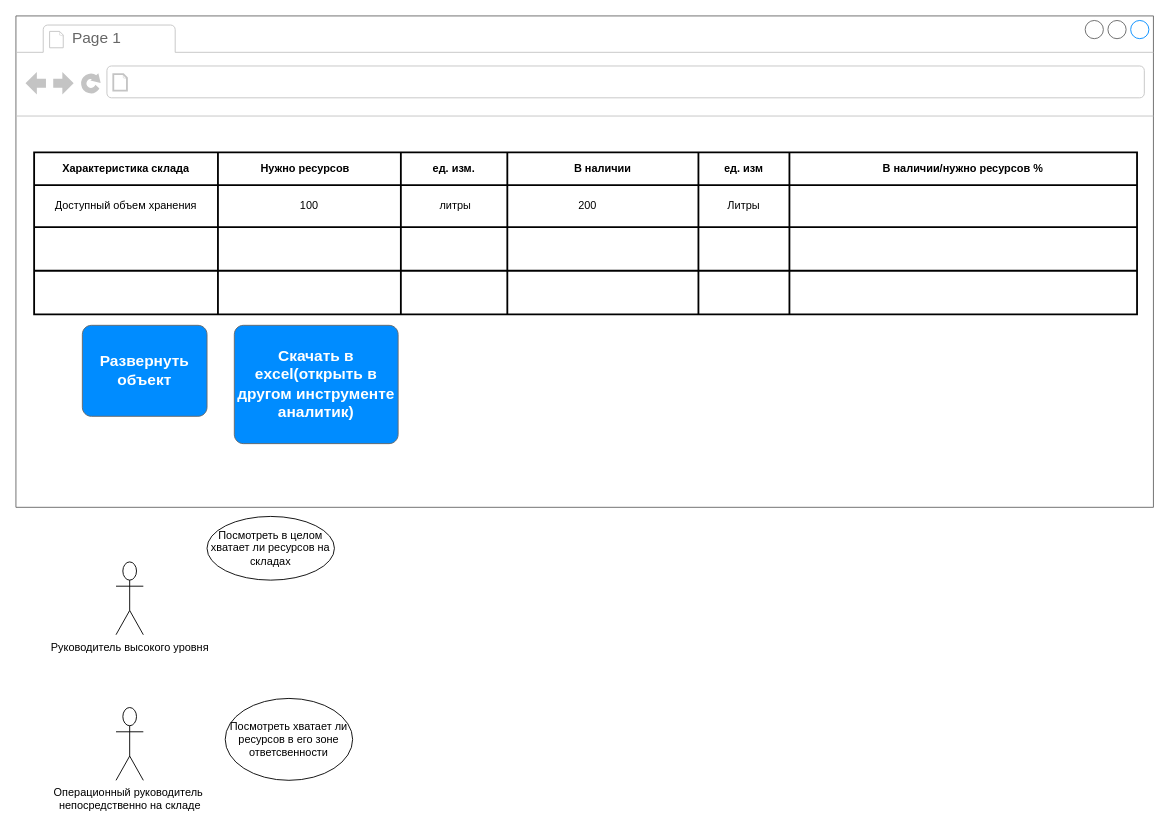
Earlier version of the draw.io diagram Диаграмма без названия.drawio (AntonKoltsov85/AntonKoltsov85). Source tidied: cells renumbered, new cells numbered last; positions are measured from the earlier drawing's top-left corner, leaving out a move shared by most shapes. Both pictures are drawn from the tidied source at 91%, with x=0, y=0 at pixel (15, 15).
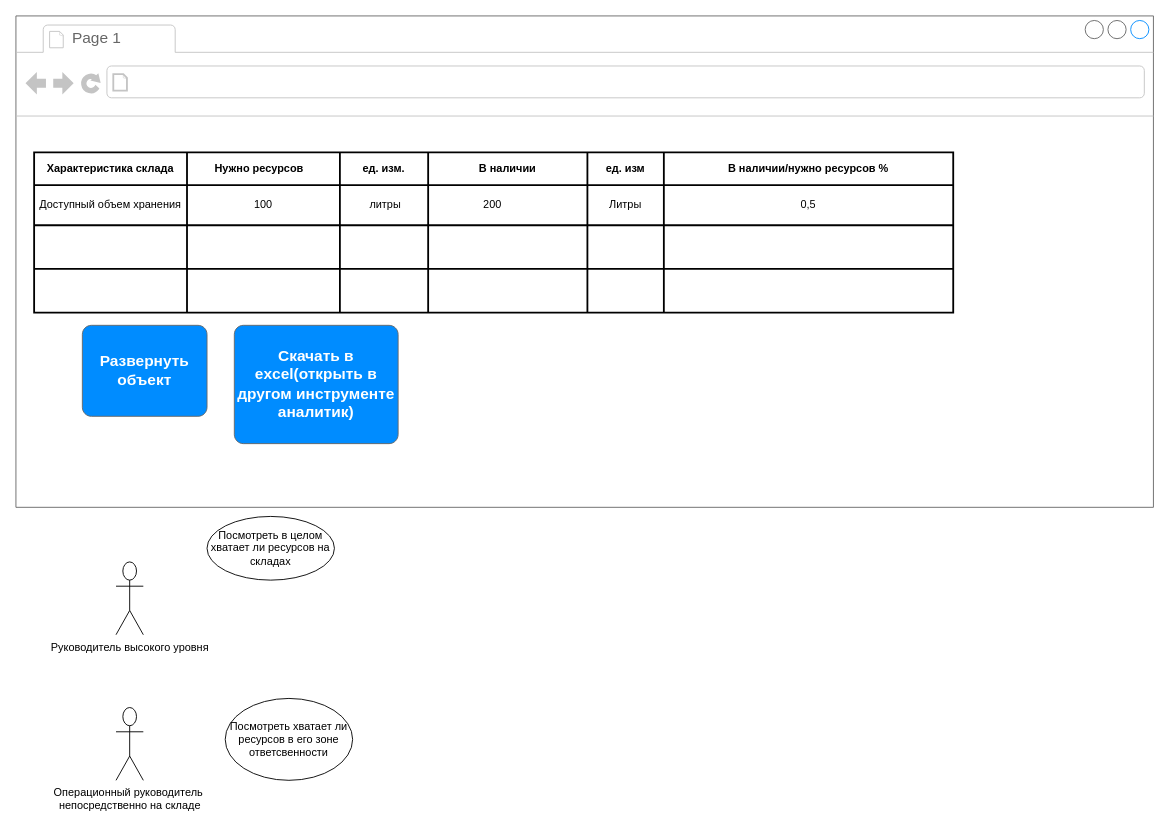
The same page after the edit.

Unchanged cells that the change refers to:
```xml
<mxCell id="2" style="strokeWidth=1;shadow=0;dashed=0;align=center;html=1;shape=mxgraph.mockup.containers.browserWindow;rSize=0;strokeColor=#666666;strokeColor2=#008cff;strokeColor3=#c4c4c4;mainText=,;" parent="1" vertex="1">
  <mxGeometry width="1250" height="540" as="geometry" />
</mxCell>
```

The edit, as a diff of the source:
```diff
@@
     <mxCell id="5" style="shape=table;html=1;whiteSpace=wrap;startSize=0;childLayout=tableLayout;strokeWidth=2;" parent="2" vertex="1">
-      <mxGeometry x="20" y="150" width="1212" height="178" as="geometry" />
+      <mxGeometry x="20" y="150" width="1010" height="176" as="geometry" />
     </mxCell>
     <mxCell id="6" style="shape=tableRow;horizontal=0;startSize=0;swimlaneHead=0;swimlaneBody=0;top=0;left=0;bottom=0;right=0;fillColor=none;" parent="5" vertex="1">
-      <mxGeometry width="1212" height="36" as="geometry" />
+      <mxGeometry width="1010" height="36" as="geometry" />
     </mxCell>
     <mxCell id="7" value="Характеристика склада" style="shape=partialRectangle;html=1;whiteSpace=wrap;fillColor=none;top=0;left=0;bottom=0;right=0;overflow=hidden;fontStyle=1;" parent="6" vertex="1">
-      <mxGeometry width="202" height="36" as="geometry" />
+      <mxGeometry width="168" height="36" as="geometry" />
     </mxCell>
     <mxCell id="8" value="Нужно ресурсов&lt;span style=&quot;white-space: pre;&quot;&gt;&#9;&lt;/span&gt;" style="shape=partialRectangle;html=1;whiteSpace=wrap;fillColor=none;top=0;left=0;bottom=0;right=0;overflow=hidden;fontStyle=1;" parent="6" vertex="1">
-      <mxGeometry x="202" width="201" height="36" as="geometry" />
+      <mxGeometry x="168" width="168" height="36" as="geometry" />
     </mxCell>
     <mxCell id="9" value="ед. изм." style="shape=partialRectangle;html=1;whiteSpace=wrap;fillColor=none;top=0;left=0;bottom=0;right=0;overflow=hidden;fontStyle=1;" parent="6" vertex="1">
-      <mxGeometry x="403" width="117" height="36" as="geometry" />
+      <mxGeometry x="336" width="97" height="36" as="geometry" />
     </mxCell>
     <mxCell id="10" value="В наличии" style="shape=partialRectangle;html=1;whiteSpace=wrap;fillColor=none;top=0;left=0;bottom=0;right=0;overflow=hidden;fontStyle=1;" parent="6" vertex="1">
-      <mxGeometry x="520" width="210" height="36" as="geometry" />
+      <mxGeometry x="433" width="175" height="36" as="geometry" />
     </mxCell>
     <mxCell id="11" value="ед. изм" style="shape=partialRectangle;html=1;whiteSpace=wrap;fillColor=none;top=0;left=0;bottom=0;right=0;overflow=hidden;fontStyle=1;" parent="6" vertex="1">
-      <mxGeometry x="730" width="100" height="36" as="geometry" />
+      <mxGeometry x="608" width="84" height="36" as="geometry" />
     </mxCell>
     <mxCell id="12" value="В наличии/нужно ресурсов %" style="shape=partialRectangle;html=1;whiteSpace=wrap;fillColor=none;top=0;left=0;bottom=0;right=0;overflow=hidden;fontStyle=1;" parent="6" vertex="1">
-      <mxGeometry x="830" width="382" height="36" as="geometry" />
+      <mxGeometry x="692" width="318" height="36" as="geometry" />
     </mxCell>
     <mxCell id="13" style="shape=tableRow;horizontal=0;startSize=0;swimlaneHead=0;swimlaneBody=0;top=0;left=0;bottom=0;right=0;fillColor=none;" parent="5" vertex="1">
-      <mxGeometry y="36" width="1212" height="46" as="geometry" />
+      <mxGeometry y="36" width="1010" height="44" as="geometry" />
     </mxCell>
     <mxCell id="14" value="Доступный объем хранения" style="shape=partialRectangle;html=1;whiteSpace=wrap;fillColor=none;top=0;left=0;bottom=0;right=0;overflow=hidden;" parent="13" vertex="1">
-      <mxGeometry width="202" height="46" as="geometry" />
+      <mxGeometry width="168" height="44" as="geometry" />
     </mxCell>
     <mxCell id="15" value="100" style="shape=partialRectangle;html=1;whiteSpace=wrap;fillColor=none;top=0;left=0;bottom=0;right=0;overflow=hidden;" parent="13" vertex="1">
-      <mxGeometry x="202" width="201" height="46" as="geometry" />
+      <mxGeometry x="168" width="168" height="44" as="geometry" />
     </mxCell>
     <mxCell id="16" value="&amp;nbsp;литры" style="shape=partialRectangle;html=1;whiteSpace=wrap;fillColor=none;top=0;left=0;bottom=0;right=0;overflow=hidden;" parent="13" vertex="1">
-      <mxGeometry x="403" width="117" height="46" as="geometry" />
+      <mxGeometry x="336" width="97" height="44" as="geometry" />
     </mxCell>
     <mxCell id="17" value="200&lt;span style=&quot;white-space: pre;&quot;&gt;&#9;&lt;/span&gt;&lt;span style=&quot;white-space: pre;&quot;&gt;&#9;&lt;/span&gt;" style="shape=partialRectangle;html=1;whiteSpace=wrap;fillColor=none;top=0;left=0;bottom=0;right=0;overflow=hidden;" parent="13" vertex="1">
-      <mxGeometry x="520" width="210" height="46" as="geometry" />
+      <mxGeometry x="433" width="175" height="44" as="geometry" />
     </mxCell>
     <mxCell id="18" value="Литры" style="shape=partialRectangle;html=1;whiteSpace=wrap;fillColor=none;top=0;left=0;bottom=0;right=0;overflow=hidden;" parent="13" vertex="1">
-      <mxGeometry x="730" width="100" height="46" as="geometry" />
+      <mxGeometry x="608" width="84" height="44" as="geometry" />
     </mxCell>
-    <mxCell id="19" style="shape=partialRectangle;html=1;whiteSpace=wrap;fillColor=none;top=0;left=0;bottom=0;right=0;overflow=hidden;" parent="13" vertex="1">
-      <mxGeometry x="830" width="382" height="46" as="geometry" />
+    <mxCell id="19" value="0,5" style="shape=partialRectangle;html=1;whiteSpace=wrap;fillColor=none;top=0;left=0;bottom=0;right=0;overflow=hidden;" parent="13" vertex="1">
+      <mxGeometry x="692" width="318" height="44" as="geometry" />
     </mxCell>
     <mxCell id="20" style="shape=tableRow;horizontal=0;startSize=0;swimlaneHead=0;swimlaneBody=0;top=0;left=0;bottom=0;right=0;fillColor=none;" parent="5" vertex="1">
-      <mxGeometry y="82" width="1212" height="48" as="geometry" />
+      <mxGeometry y="80" width="1010" height="48" as="geometry" />
     </mxCell>
     <mxCell id="21" style="shape=partialRectangle;html=1;whiteSpace=wrap;fillColor=none;top=0;left=0;bottom=0;right=0;overflow=hidden;" parent="20" vertex="1">
-      <mxGeometry width="202" height="48" as="geometry" />
+      <mxGeometry width="168" height="48" as="geometry" />
     </mxCell>
     <mxCell id="22" style="shape=partialRectangle;html=1;whiteSpace=wrap;fillColor=none;top=0;left=0;bottom=0;right=0;overflow=hidden;" parent="20" vertex="1">
-      <mxGeometry x="202" width="201" height="48" as="geometry" />
+      <mxGeometry x="168" width="168" height="48" as="geometry" />
     </mxCell>
     <mxCell id="23" style="shape=partialRectangle;html=1;whiteSpace=wrap;fillColor=none;top=0;left=0;bottom=0;right=0;overflow=hidden;" parent="20" vertex="1">
-      <mxGeometry x="403" width="117" height="48" as="geometry" />
+      <mxGeometry x="336" width="97" height="48" as="geometry" />
     </mxCell>
     <mxCell id="24" style="shape=partialRectangle;html=1;whiteSpace=wrap;fillColor=none;top=0;left=0;bottom=0;right=0;overflow=hidden;" parent="20" vertex="1">
-      <mxGeometry x="520" width="210" height="48" as="geometry" />
+      <mxGeometry x="433" width="175" height="48" as="geometry" />
     </mxCell>
     <mxCell id="25" style="shape=partialRectangle;html=1;whiteSpace=wrap;fillColor=none;top=0;left=0;bottom=0;right=0;overflow=hidden;" parent="20" vertex="1">
-      <mxGeometry x="730" width="100" height="48" as="geometry" />
+      <mxGeometry x="608" width="84" height="48" as="geometry" />
     </mxCell>
     <mxCell id="26" style="shape=partialRectangle;html=1;whiteSpace=wrap;fillColor=none;top=0;left=0;bottom=0;right=0;overflow=hidden;" parent="20" vertex="1">
-      <mxGeometry x="830" width="382" height="48" as="geometry" />
+      <mxGeometry x="692" width="318" height="48" as="geometry" />
     </mxCell>
     <mxCell id="27" style="shape=tableRow;horizontal=0;startSize=0;swimlaneHead=0;swimlaneBody=0;top=0;left=0;bottom=0;right=0;fillColor=none;" parent="5" vertex="1">
-      <mxGeometry y="130" width="1212" height="48" as="geometry" />
+      <mxGeometry y="128" width="1010" height="48" as="geometry" />
     </mxCell>
     <mxCell id="28" style="shape=partialRectangle;html=1;whiteSpace=wrap;fillColor=none;top=0;left=0;bottom=0;right=0;overflow=hidden;" parent="27" vertex="1">
-      <mxGeometry width="202" height="48" as="geometry" />
+      <mxGeometry width="168" height="48" as="geometry" />
     </mxCell>
     <mxCell id="29" style="shape=partialRectangle;html=1;whiteSpace=wrap;fillColor=none;top=0;left=0;bottom=0;right=0;overflow=hidden;" parent="27" vertex="1">
-      <mxGeometry x="202" width="201" height="48" as="geometry" />
+      <mxGeometry x="168" width="168" height="48" as="geometry" />
     </mxCell>
     <mxCell id="30" style="shape=partialRectangle;html=1;whiteSpace=wrap;fillColor=none;top=0;left=0;bottom=0;right=0;overflow=hidden;" parent="27" vertex="1">
-      <mxGeometry x="403" width="117" height="48" as="geometry" />
+      <mxGeometry x="336" width="97" height="48" as="geometry" />
     </mxCell>
     <mxCell id="31" style="shape=partialRectangle;html=1;whiteSpace=wrap;fillColor=none;top=0;left=0;bottom=0;right=0;overflow=hidden;" parent="27" vertex="1">
-      <mxGeometry x="520" width="210" height="48" as="geometry" />
+      <mxGeometry x="433" width="175" height="48" as="geometry" />
     </mxCell>
     <mxCell id="32" style="shape=partialRectangle;html=1;whiteSpace=wrap;fillColor=none;top=0;left=0;bottom=0;right=0;overflow=hidden;" parent="27" vertex="1">
-      <mxGeometry x="730" width="100" height="48" as="geometry" />
+      <mxGeometry x="608" width="84" height="48" as="geometry" />
     </mxCell>
     <mxCell id="33" style="shape=partialRectangle;html=1;whiteSpace=wrap;fillColor=none;top=0;left=0;bottom=0;right=0;overflow=hidden;" parent="27" vertex="1">
-      <mxGeometry x="830" width="382" height="48" as="geometry" />
+      <mxGeometry x="692" width="318" height="48" as="geometry" />
     </mxCell>
```
